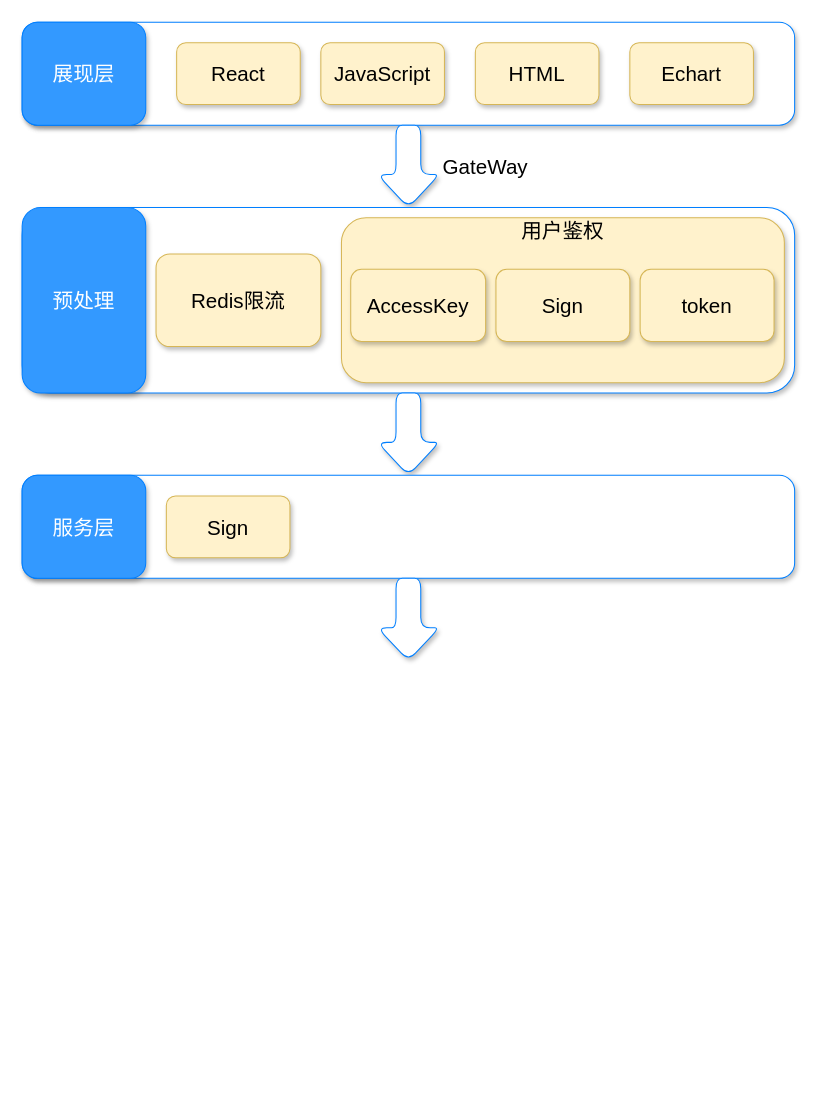
Above: draw/对象存储平台架构图.drawio in gyyst/img (draw.io), before the change. Source tidied: cells renumbered, new cells numbered last; positions are measured from the earlier drawing's top-left corner, leaving out a move shared by most shapes. Both pictures are drawn from the tidied source at 103%, with x=0, y=0 at pixel (22, 22).
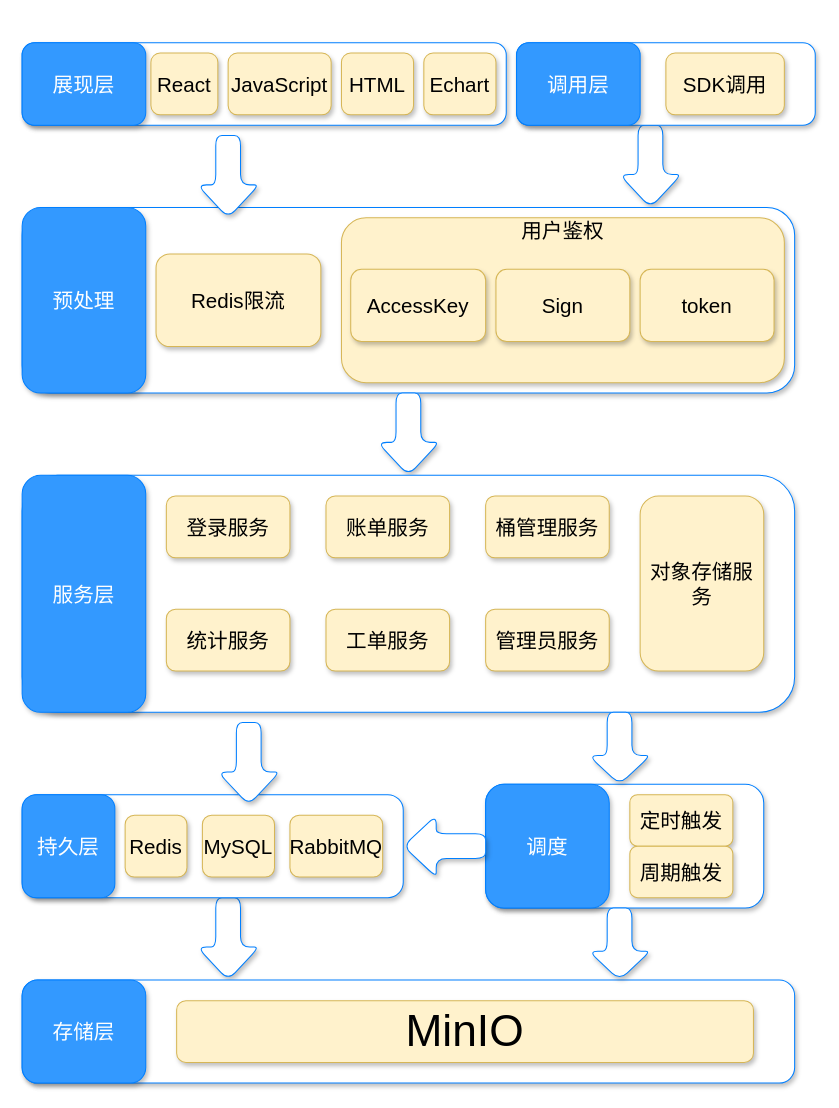
The same page after the edit.

Commit message:
更新对象存储平台架构图.drawio

The change refers to these unchanged cells:
```xml
<mxCell id="11" style="rounded=1;whiteSpace=wrap;html=1;shadow=1;sketch=0;strokeColor=#007FFF;fontSize=20;fontColor=#FFFFFF;fillColor=#FFFFFF;" parent="1" vertex="1">
  <mxGeometry y="180" width="750" height="180" as="geometry" />
</mxCell>
<mxCell id="17" style="shape=singleArrow;whiteSpace=wrap;html=1;arrowWidth=0.4;arrowSize=0.4;fontSize=20;fillColor=#FFFFFF;strokeColor=#007FFF;fontColor=#FFFFFF;rounded=1;shadow=1;sketch=0;rotation=90;" parent="1" vertex="1">
  <mxGeometry x="335" y="370" width="80" height="60" as="geometry" />
</mxCell>
```

Change to the diagram source:
```diff
@@
-    <mxCell id="2" style="edgeStyle=orthogonalEdgeStyle;rounded=0;jettySize=auto;html=1;fontSize=20;fontColor=#000000;" parent="1" edge="1" source="3" target="9">
-      <mxGeometry relative="1" as="geometry" />
-    </mxCell>
     <mxCell id="3" style="rounded=1;whiteSpace=wrap;html=1;shadow=1;sketch=0;strokeColor=#007FFF;fontSize=20;fontColor=#FFFFFF;fillColor=#FFFFFF;" parent="1" vertex="1">
-      <mxGeometry width="750" height="100" as="geometry" />
+      <mxGeometry y="20" width="470" height="80" as="geometry" />
     </mxCell>
     <mxCell id="4" value="展现层" style="rounded=1;whiteSpace=wrap;html=1;shadow=1;sketch=0;strokeColor=#007FFF;fontSize=20;fontColor=#FFFFFF;fillColor=#3399FF;" parent="1" vertex="1">
-      <mxGeometry width="120" height="100" as="geometry" />
+      <mxGeometry y="20" width="120" height="80" as="geometry" />
     </mxCell>
     <mxCell id="5" value="React" style="rounded=1;whiteSpace=wrap;html=1;shadow=1;sketch=0;strokeColor=#d6b656;fontSize=20;fillColor=#fff2cc;" parent="1" vertex="1">
-      <mxGeometry x="150" y="20" width="120" height="60" as="geometry" />
+      <mxGeometry x="125" y="30" width="65" height="60" as="geometry" />
     </mxCell>
     <mxCell id="6" value="JavaScript" style="rounded=1;whiteSpace=wrap;html=1;shadow=1;sketch=0;strokeColor=#d6b656;fontSize=20;fillColor=#fff2cc;" parent="1" vertex="1">
-      <mxGeometry x="290" y="20" width="120" height="60" as="geometry" />
+      <mxGeometry x="200" y="30" width="100" height="60" as="geometry" />
     </mxCell>
     <mxCell id="7" value="HTML" style="rounded=1;whiteSpace=wrap;html=1;shadow=1;sketch=0;strokeColor=#d6b656;fontSize=20;fillColor=#fff2cc;" parent="1" vertex="1">
-      <mxGeometry x="440" y="20" width="120" height="60" as="geometry" />
+      <mxGeometry x="310" y="30" width="70" height="60" as="geometry" />
     </mxCell>
     <mxCell id="8" value="Echart" style="rounded=1;whiteSpace=wrap;html=1;shadow=1;sketch=0;strokeColor=#d6b656;fontSize=20;fillColor=#fff2cc;" parent="1" vertex="1">
-      <mxGeometry x="590" y="20" width="120" height="60" as="geometry" />
+      <mxGeometry x="390" y="30" width="70" height="60" as="geometry" />
     </mxCell>
     <mxCell id="9" style="shape=singleArrow;whiteSpace=wrap;html=1;arrowWidth=0.4;arrowSize=0.4;fontSize=20;fillColor=#FFFFFF;strokeColor=#007FFF;fontColor=#FFFFFF;rounded=1;shadow=1;sketch=0;rotation=90;" parent="1" vertex="1">
-      <mxGeometry x="335" y="110" width="80" height="60" as="geometry" />
+      <mxGeometry x="570" y="110" width="80" height="60" as="geometry" />
     </mxCell>
-    <mxCell id="10" style="edgeStyle=orthogonalEdgeStyle;rounded=0;jettySize=auto;html=1;fontSize=20;fontColor=#000000;" parent="1" edge="1" source="11" target="17">
-      <mxGeometry relative="1" as="geometry" />
-    </mxCell>
@@
-    <mxCell id="18" value="GateWay" style="rounded=0;whiteSpace=wrap;html=1;shadow=1;sketch=0;strokeColor=none;fontSize=20;fontColor=#000000;fillColor=none;" parent="1" vertex="1">
-      <mxGeometry x="390" y="110" width="120" height="60" as="geometry" />
-    </mxCell>
-    <mxCell id="19" style="edgeStyle=orthogonalEdgeStyle;rounded=0;jettySize=auto;html=1;fontSize=20;fontColor=#000000;" parent="1" edge="1" source="20" target="23">
-      <mxGeometry relative="1" as="geometry" />
-    </mxCell>
     <mxCell id="20" style="rounded=1;whiteSpace=wrap;html=1;shadow=1;sketch=0;strokeColor=#007FFF;fontSize=20;fontColor=#FFFFFF;fillColor=#FFFFFF;" parent="1" vertex="1">
-      <mxGeometry y="440" width="750" height="100" as="geometry" />
+      <mxGeometry y="440" width="750" height="230" as="geometry" />
     </mxCell>
     <mxCell id="21" value="服务层" style="rounded=1;whiteSpace=wrap;html=1;shadow=1;sketch=0;strokeColor=#007FFF;fontSize=20;fontColor=#FFFFFF;fillColor=#3399FF;" parent="1" vertex="1">
-      <mxGeometry y="440" width="120" height="100" as="geometry" />
+      <mxGeometry y="440" width="120" height="230" as="geometry" />
     </mxCell>
-    <mxCell id="22" value="Sign" style="rounded=1;whiteSpace=wrap;html=1;shadow=1;sketch=0;strokeColor=#d6b656;fontSize=20;fillColor=#fff2cc;" parent="1" vertex="1">
+    <mxCell id="22" value="登录服务" style="rounded=1;whiteSpace=wrap;html=1;shadow=1;sketch=0;strokeColor=#d6b656;fontSize=20;fillColor=#fff2cc;" parent="1" vertex="1">
       <mxGeometry x="140" y="460" width="120" height="60" as="geometry" />
     </mxCell>
     <mxCell id="23" style="shape=singleArrow;whiteSpace=wrap;html=1;arrowWidth=0.4;arrowSize=0.4;fontSize=20;fillColor=#FFFFFF;strokeColor=#007FFF;fontColor=#FFFFFF;rounded=1;shadow=1;sketch=0;rotation=90;" parent="1" vertex="1">
-      <mxGeometry x="335" y="550" width="80" height="60" as="geometry" />
+      <mxGeometry x="160" y="860" width="80" height="60" as="geometry" />
     </mxCell>
@@
+    <mxCell id="25" value="管理员服务" style="rounded=1;whiteSpace=wrap;html=1;shadow=1;sketch=0;strokeColor=#d6b656;fontSize=20;fillColor=#fff2cc;" parent="1" vertex="1">
+      <mxGeometry x="450" y="570" width="120" height="60" as="geometry" />
+    </mxCell>
+    <mxCell id="26" value="工单服务" style="rounded=1;whiteSpace=wrap;html=1;shadow=1;sketch=0;strokeColor=#d6b656;fontSize=20;fillColor=#fff2cc;" parent="1" vertex="1">
+      <mxGeometry x="295" y="570" width="120" height="60" as="geometry" />
+    </mxCell>
+    <mxCell id="27" value="统计服务" style="rounded=1;whiteSpace=wrap;html=1;shadow=1;sketch=0;strokeColor=#d6b656;fontSize=20;fillColor=#fff2cc;" parent="1" vertex="1">
+      <mxGeometry x="140" y="570" width="120" height="60" as="geometry" />
+    </mxCell>
+    <mxCell id="28" value="账单服务" style="rounded=1;whiteSpace=wrap;html=1;shadow=1;sketch=0;strokeColor=#d6b656;fontSize=20;fillColor=#fff2cc;" parent="1" vertex="1">
+      <mxGeometry x="295" y="460" width="120" height="60" as="geometry" />
+    </mxCell>
+    <mxCell id="29" value="桶管理服务" style="rounded=1;whiteSpace=wrap;html=1;shadow=1;sketch=0;strokeColor=#d6b656;fontSize=20;fillColor=#fff2cc;" parent="1" vertex="1">
+      <mxGeometry x="450" y="460" width="120" height="60" as="geometry" />
+    </mxCell>
+    <mxCell id="30" value="对象存储服务" style="rounded=1;whiteSpace=wrap;html=1;shadow=1;sketch=0;strokeColor=#d6b656;fontSize=20;fillColor=#fff2cc;" parent="1" vertex="1">
+      <mxGeometry x="600" y="460" width="120" height="170" as="geometry" />
+    </mxCell>
+    <mxCell id="31" style="rounded=1;whiteSpace=wrap;html=1;shadow=1;sketch=0;strokeColor=#007FFF;fontSize=20;fontColor=#FFFFFF;fillColor=#FFFFFF;" parent="1" vertex="1">
+      <mxGeometry y="750" width="370" height="100" as="geometry" />
+    </mxCell>
+    <mxCell id="32" value="持久层" style="rounded=1;whiteSpace=wrap;html=1;shadow=1;sketch=0;strokeColor=#007FFF;fontSize=20;fontColor=#FFFFFF;fillColor=#3399FF;" parent="1" vertex="1">
+      <mxGeometry y="750" width="90" height="100" as="geometry" />
+    </mxCell>
+    <mxCell id="33" value="Redis" style="rounded=1;whiteSpace=wrap;html=1;shadow=1;sketch=0;strokeColor=#d6b656;fontSize=20;fillColor=#fff2cc;" parent="1" vertex="1">
+      <mxGeometry x="100" y="770" width="60" height="60" as="geometry" />
+    </mxCell>
+    <mxCell id="34" value="RabbitMQ" style="rounded=1;whiteSpace=wrap;html=1;shadow=1;sketch=0;strokeColor=#d6b656;fontSize=20;fillColor=#fff2cc;" parent="1" vertex="1">
+      <mxGeometry x="260" y="770" width="90" height="60" as="geometry" />
+    </mxCell>
+    <mxCell id="35" value="MySQL" style="rounded=1;whiteSpace=wrap;html=1;shadow=1;sketch=0;strokeColor=#d6b656;fontSize=20;fillColor=#fff2cc;" parent="1" vertex="1">
+      <mxGeometry x="175" y="770" width="70" height="60" as="geometry" />
+    </mxCell>
+    <mxCell id="36" style="rounded=1;whiteSpace=wrap;html=1;shadow=1;sketch=0;strokeColor=#007FFF;fontSize=20;fontColor=#FFFFFF;fillColor=#FFFFFF;" parent="1" vertex="1">
+      <mxGeometry x="450" y="740" width="270" height="120" as="geometry" />
+    </mxCell>
+    <mxCell id="37" value="调度" style="rounded=1;whiteSpace=wrap;html=1;shadow=1;sketch=0;strokeColor=#007FFF;fontSize=20;fontColor=#FFFFFF;fillColor=#3399FF;" parent="1" vertex="1">
+      <mxGeometry x="450" y="740" width="120" height="120" as="geometry" />
+    </mxCell>
+    <mxCell id="38" value="定时触发" style="rounded=1;whiteSpace=wrap;html=1;shadow=1;sketch=0;strokeColor=#d6b656;fontSize=20;fillColor=#fff2cc;" parent="1" vertex="1">
+      <mxGeometry x="590" y="750" width="100" height="50" as="geometry" />
+    </mxCell>
+    <mxCell id="39" value="周期触发" style="rounded=1;whiteSpace=wrap;html=1;shadow=1;sketch=0;strokeColor=#d6b656;fontSize=20;fillColor=#fff2cc;" parent="1" vertex="1">
+      <mxGeometry x="590" y="800" width="100" height="50" as="geometry" />
+    </mxCell>
+    <mxCell id="40" style="shape=singleArrow;whiteSpace=wrap;html=1;arrowWidth=0.4;arrowSize=0.4;fontSize=20;fillColor=#FFFFFF;strokeColor=#007FFF;fontColor=#FFFFFF;rounded=1;shadow=1;sketch=0;rotation=-180;" parent="1" vertex="1">
+      <mxGeometry x="370" y="770" width="80" height="60" as="geometry" />
+    </mxCell>
+    <mxCell id="41" style="shape=singleArrow;whiteSpace=wrap;html=1;arrowWidth=0.4;arrowSize=0.4;fontSize=20;fillColor=#FFFFFF;strokeColor=#007FFF;fontColor=#FFFFFF;rounded=1;shadow=1;sketch=0;rotation=90;" parent="1" vertex="1">
+      <mxGeometry x="545" y="675" width="70" height="60" as="geometry" />
+    </mxCell>
+    <mxCell id="42" style="rounded=1;whiteSpace=wrap;html=1;shadow=1;sketch=0;strokeColor=#007FFF;fontSize=20;fontColor=#FFFFFF;fillColor=#FFFFFF;" parent="1" vertex="1">
+      <mxGeometry y="930" width="750" height="100" as="geometry" />
+    </mxCell>
+    <mxCell id="43" value="存储层" style="rounded=1;whiteSpace=wrap;html=1;shadow=1;sketch=0;strokeColor=#007FFF;fontSize=20;fontColor=#FFFFFF;fillColor=#3399FF;" parent="1" vertex="1">
+      <mxGeometry y="930" width="120" height="100" as="geometry" />
+    </mxCell>
+    <mxCell id="44" value="&lt;font style=&quot;font-size: 43px;&quot;&gt;MinIO&lt;/font&gt;" style="rounded=1;whiteSpace=wrap;html=1;shadow=1;sketch=0;strokeColor=#d6b656;fontSize=20;fillColor=#fff2cc;" parent="1" vertex="1">
+      <mxGeometry x="150" y="950" width="560" height="60" as="geometry" />
+    </mxCell>
+    <mxCell id="45" style="shape=singleArrow;whiteSpace=wrap;html=1;arrowWidth=0.4;arrowSize=0.4;fontSize=20;fillColor=#FFFFFF;strokeColor=#007FFF;fontColor=#FFFFFF;rounded=1;shadow=1;sketch=0;rotation=90;" parent="1" vertex="1">
+      <mxGeometry x="180" y="690" width="80" height="60" as="geometry" />
+    </mxCell>
+    <mxCell id="46" style="shape=singleArrow;whiteSpace=wrap;html=1;arrowWidth=0.4;arrowSize=0.4;fontSize=20;fillColor=#FFFFFF;strokeColor=#007FFF;fontColor=#FFFFFF;rounded=1;shadow=1;sketch=0;rotation=90;" parent="1" vertex="1">
+      <mxGeometry x="545" y="865" width="70" height="60" as="geometry" />
+    </mxCell>
+    <mxCell id="47" style="rounded=1;whiteSpace=wrap;html=1;shadow=1;sketch=0;strokeColor=#007FFF;fontSize=20;fontColor=#FFFFFF;fillColor=#FFFFFF;" parent="1" vertex="1">
+      <mxGeometry x="480" y="20" width="290" height="80" as="geometry" />
+    </mxCell>
+    <mxCell id="48" value="调用层" style="rounded=1;whiteSpace=wrap;html=1;shadow=1;sketch=0;strokeColor=#007FFF;fontSize=20;fontColor=#FFFFFF;fillColor=#3399FF;" parent="1" vertex="1">
+      <mxGeometry x="480" y="20" width="120" height="80" as="geometry" />
+    </mxCell>
+    <mxCell id="49" value="SDK调用" style="rounded=1;whiteSpace=wrap;html=1;shadow=1;sketch=0;strokeColor=#d6b656;fontSize=20;fillColor=#fff2cc;" parent="1" vertex="1">
+      <mxGeometry x="625" y="30" width="115" height="60" as="geometry" />
+    </mxCell>
+    <mxCell id="50" style="shape=singleArrow;whiteSpace=wrap;html=1;arrowWidth=0.4;arrowSize=0.4;fontSize=20;fillColor=#FFFFFF;strokeColor=#007FFF;fontColor=#FFFFFF;rounded=1;shadow=1;sketch=0;rotation=90;" parent="1" vertex="1">
+      <mxGeometry x="160" y="120" width="80" height="60" as="geometry" />
+    </mxCell>
```
